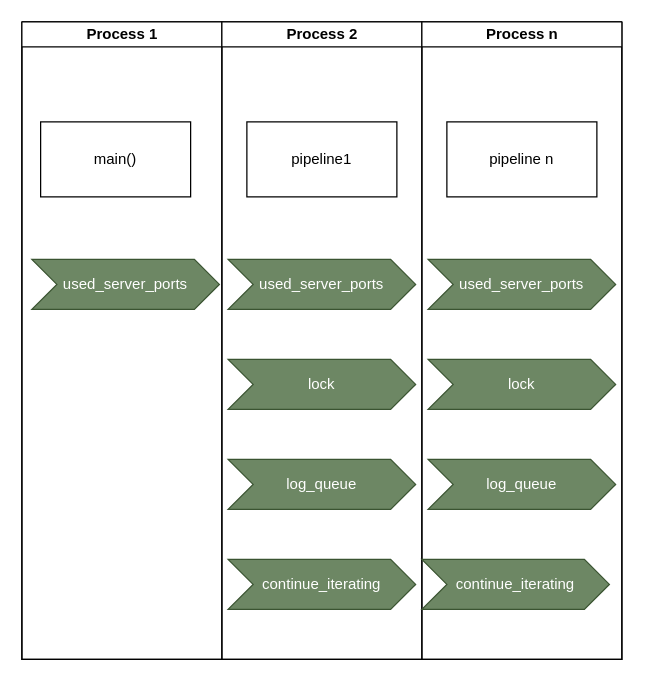
This is doc/source/development/architecture/diagramms/multiprocessing.drawio from fkie-cad/Logprep, a draw.io file, before an edit. Source tidied: cells renumbered, new cells numbered last; positions are measured from the earlier drawing's top-left corner, leaving out a move shared by most shapes. Both pictures are drawn from the tidied source at 125%, with x=0, y=0 at pixel (21, 21).
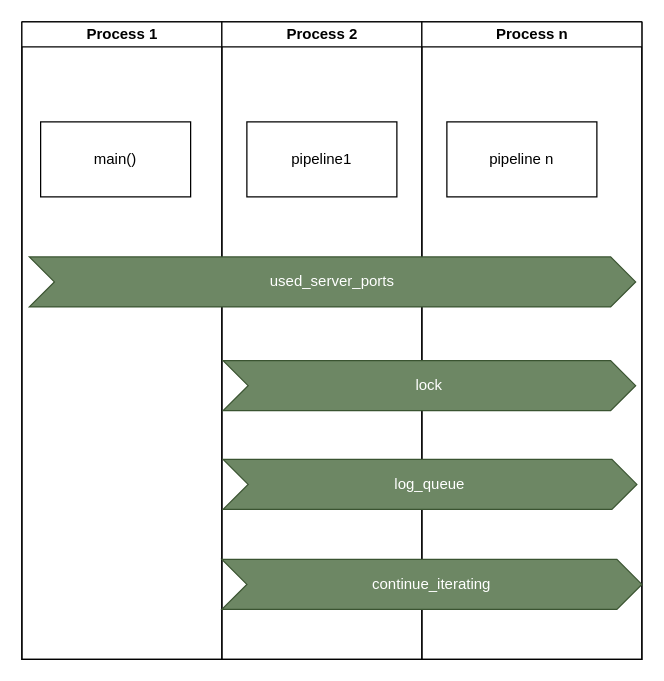
The same diagram, later.

Commit message (it also covers changes not shown here):
update multiprocessing diagram

Change to the diagram source:
```diff
@@
 <mxGraphModel>
   <root>
     <mxCell id="0" />
     <mxCell id="1" parent="0" />
     <mxCell id="2" style="swimlane;startSize=0;html=1;" parent="1" vertex="1">
-      <mxGeometry width="480" height="510" as="geometry" />
+      <mxGeometry width="496" height="510" as="geometry" />
     </mxCell>
     <mxCell id="3" value="Process 1" style="swimlane;startSize=20;html=1;" parent="2" vertex="1">
       <mxGeometry width="160" height="510" as="geometry" />
     </mxCell>
     <mxCell id="4" value="main()" style="rounded=0;whiteSpace=wrap;html=1;" parent="3" vertex="1">
       <mxGeometry x="15" y="80" width="120" height="60" as="geometry" />
     </mxCell>
-    <mxCell id="5" value="used_server_ports" style="shape=step;perimeter=stepPerimeter;whiteSpace=wrap;html=1;fixedSize=1;fillColor=#6d8764;fontColor=#ffffff;strokeColor=#3A5431;" parent="3" vertex="1">
-      <mxGeometry x="8" y="190" width="150" height="40" as="geometry" />
-    </mxCell>
     <mxCell id="6" value="Process 2" style="swimlane;startSize=20;html=1;" parent="2" vertex="1">
       <mxGeometry x="160" width="160" height="510" as="geometry" />
     </mxCell>
     <mxCell id="7" value="pipeline1" style="rounded=0;whiteSpace=wrap;html=1;" parent="6" vertex="1">
       <mxGeometry x="20" y="80" width="120" height="60" as="geometry" />
     </mxCell>
-    <mxCell id="8" value="used_server_ports" style="shape=step;perimeter=stepPerimeter;whiteSpace=wrap;html=1;fixedSize=1;fillColor=#6d8764;fontColor=#ffffff;strokeColor=#3A5431;" parent="6" vertex="1">
-      <mxGeometry x="5" y="190" width="150" height="40" as="geometry" />
-    </mxCell>
-    <mxCell id="9" value="lock" style="shape=step;perimeter=stepPerimeter;whiteSpace=wrap;html=1;fixedSize=1;fillColor=#6d8764;fontColor=#ffffff;strokeColor=#3A5431;" parent="6" vertex="1">
-      <mxGeometry x="5" y="270" width="150" height="40" as="geometry" />
-    </mxCell>
+    <mxCell id="12" value="Process n" style="swimlane;startSize=20;html=1;" parent="2" vertex="1">
+      <mxGeometry x="320" width="176" height="510" as="geometry" />
+    </mxCell>
+    <mxCell id="13" value="pipeline n" style="rounded=0;whiteSpace=wrap;html=1;" parent="12" vertex="1">
+      <mxGeometry x="20" y="80" width="120" height="60" as="geometry" />
+    </mxCell>
+    <mxCell id="5" value="used_server_ports" style="shape=step;perimeter=stepPerimeter;whiteSpace=wrap;html=1;fixedSize=1;fillColor=#6d8764;fontColor=#ffffff;strokeColor=#3A5431;" parent="12" vertex="1">
+      <mxGeometry x="-314" y="188" width="485" height="40" as="geometry" />
+    </mxCell>
+    <mxCell id="15" value="lock" style="shape=step;perimeter=stepPerimeter;whiteSpace=wrap;html=1;fixedSize=1;fillColor=#6d8764;fontColor=#ffffff;strokeColor=#3A5431;" parent="12" vertex="1">
+      <mxGeometry x="-159" y="271" width="330" height="40" as="geometry" />
+    </mxCell>
-    <mxCell id="10" value="log_queue" style="shape=step;perimeter=stepPerimeter;whiteSpace=wrap;html=1;fixedSize=1;fillColor=#6d8764;fontColor=#ffffff;strokeColor=#3A5431;" parent="6" vertex="1">
-      <mxGeometry x="5" y="350" width="150" height="40" as="geometry" />
+    <mxCell id="10" value="log_queue" style="shape=step;perimeter=stepPerimeter;whiteSpace=wrap;html=1;fixedSize=1;fillColor=#6d8764;fontColor=#ffffff;strokeColor=#3A5431;" parent="12" vertex="1">
+      <mxGeometry x="-159" y="350" width="331" height="40" as="geometry" />
     </mxCell>
-    <mxCell id="11" value="continue_iterating" style="shape=step;perimeter=stepPerimeter;whiteSpace=wrap;html=1;fixedSize=1;fillColor=#6d8764;fontColor=#ffffff;strokeColor=#3A5431;" parent="6" vertex="1">
-      <mxGeometry x="5" y="430" width="150" height="40" as="geometry" />
+    <mxCell id="11" value="continue_iterating" style="shape=step;perimeter=stepPerimeter;whiteSpace=wrap;html=1;fixedSize=1;fillColor=#6d8764;fontColor=#ffffff;strokeColor=#3A5431;" parent="12" vertex="1">
+      <mxGeometry x="-160" y="430" width="336" height="40" as="geometry" />
     </mxCell>
-    <mxCell id="12" value="Process n" style="swimlane;startSize=20;html=1;" parent="2" vertex="1">
-      <mxGeometry x="320" width="160" height="510" as="geometry" />
-    </mxCell>
-    <mxCell id="13" value="pipeline n" style="rounded=0;whiteSpace=wrap;html=1;" parent="12" vertex="1">
-      <mxGeometry x="20" y="80" width="120" height="60" as="geometry" />
-    </mxCell>
-    <mxCell id="14" value="used_server_ports" style="shape=step;perimeter=stepPerimeter;whiteSpace=wrap;html=1;fixedSize=1;fillColor=#6d8764;fontColor=#ffffff;strokeColor=#3A5431;" parent="12" vertex="1">
-      <mxGeometry x="5" y="190" width="150" height="40" as="geometry" />
-    </mxCell>
-    <mxCell id="15" value="lock" style="shape=step;perimeter=stepPerimeter;whiteSpace=wrap;html=1;fixedSize=1;fillColor=#6d8764;fontColor=#ffffff;strokeColor=#3A5431;" parent="12" vertex="1">
-      <mxGeometry x="5" y="270" width="150" height="40" as="geometry" />
-    </mxCell>
-    <mxCell id="16" value="log_queue" style="shape=step;perimeter=stepPerimeter;whiteSpace=wrap;html=1;fixedSize=1;fillColor=#6d8764;fontColor=#ffffff;strokeColor=#3A5431;" parent="12" vertex="1">
-      <mxGeometry x="5" y="350" width="150" height="40" as="geometry" />
-    </mxCell>
-    <mxCell id="17" value="continue_iterating" style="shape=step;perimeter=stepPerimeter;whiteSpace=wrap;html=1;fixedSize=1;fillColor=#6d8764;fontColor=#ffffff;strokeColor=#3A5431;" parent="12" vertex="1">
-      <mxGeometry y="430" width="150" height="40" as="geometry" />
-    </mxCell>
   </root>
 </mxGraphModel>
```
